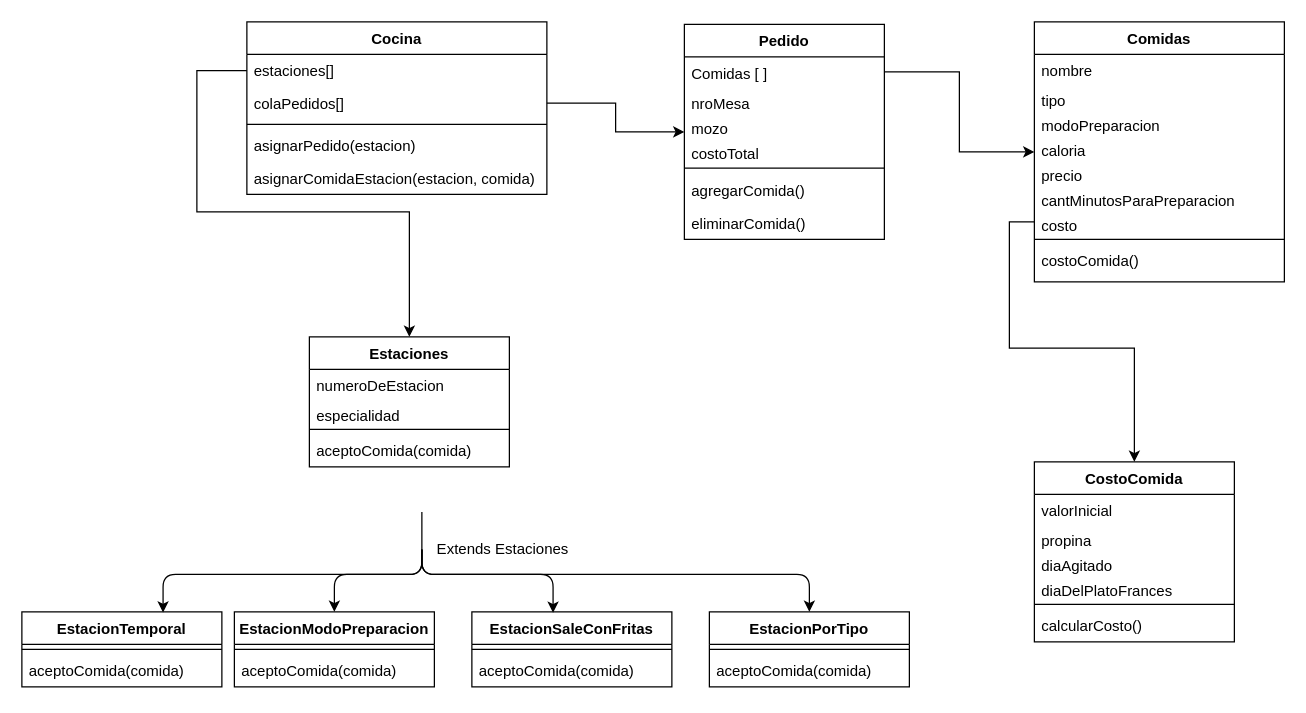
Guidin8/TPEspecialProg2 keeps this draw.io diagram as diagrama Tp Especial.drawio. Above is the earlier version. Source tidied: cells renumbered, new cells numbered last; positions are measured from the earlier drawing's top-left corner, leaving out a move shared by most shapes. Both pictures are drawn from the tidied source at 125%, with x=0, y=0 at pixel (21, 21).
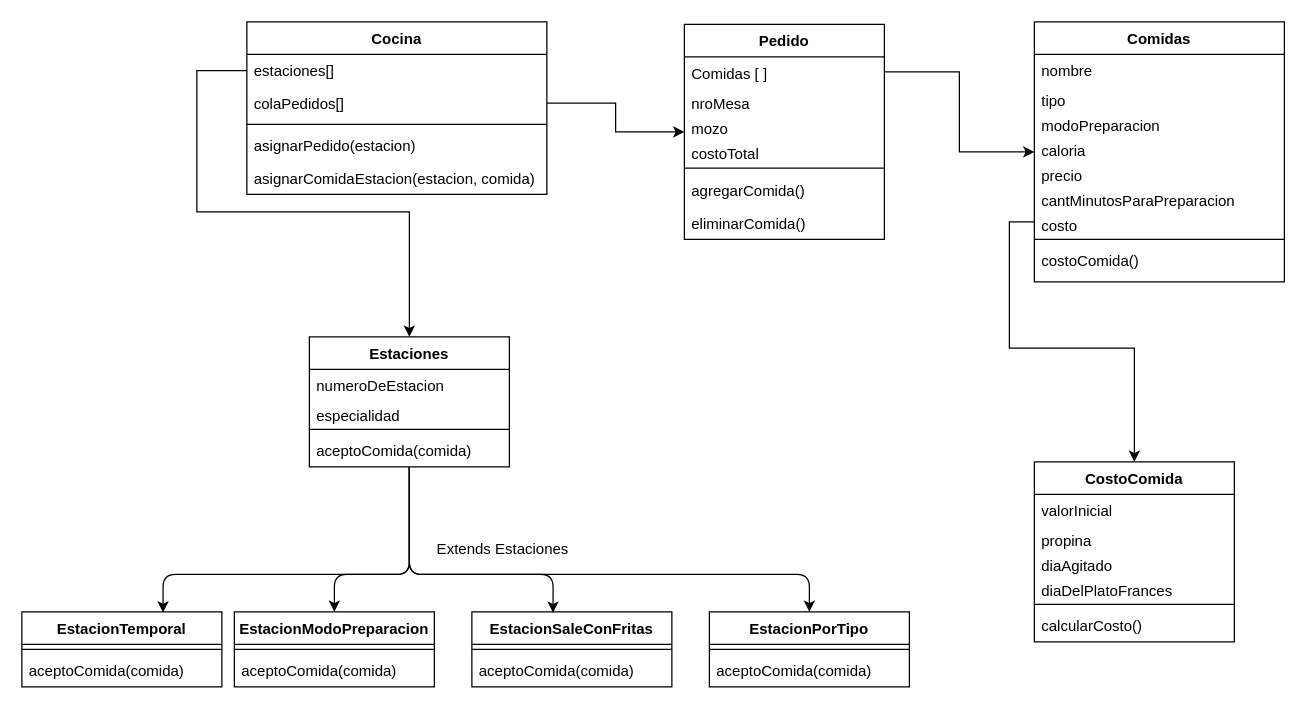
After the change.

The change refers to these unchanged cells:
```xml
<mxCell id="20" value="Estaciones" style="swimlane;fontStyle=1;align=center;verticalAlign=top;horizontal=1;startSize=26;" parent="1" vertex="1">
  <mxGeometry x="230" y="252" width="160" height="104" as="geometry" />
</mxCell>
<mxCell id="24" value="aceptoComida(comida)" style="text;strokeColor=none;fillColor=none;align=left;verticalAlign=top;spacingLeft=4;spacingRight=4;overflow=hidden;points=[[0,0.5],[1,0.5]];portConstraint=eastwest;" parent="20" vertex="1">
  <mxGeometry y="78" width="160" height="26" as="geometry" />
</mxCell>
<mxCell id="25" value="EstacionTemporal" style="swimlane;fontStyle=1;align=center;verticalAlign=top;horizontal=1;startSize=26;" parent="1" vertex="1">
  <mxGeometry y="472" width="160" height="60" as="geometry" />
</mxCell>
<mxCell id="31" value="EstacionSaleConFritas" style="swimlane;fontStyle=1;align=center;verticalAlign=top;horizontal=1;startSize=26;" parent="1" vertex="1">
  <mxGeometry x="360" y="472" width="160" height="60" as="geometry" />
</mxCell>
<mxCell id="34" value="EstacionPorTipo" style="swimlane;fontStyle=1;align=center;verticalAlign=top;horizontal=1;startSize=26;" parent="1" vertex="1">
  <mxGeometry x="550" y="472" width="160" height="60" as="geometry" />
</mxCell>
```

What changed in the source:
```diff
@@
-    <mxCell id="44" style="edgeStyle=elbowEdgeStyle;elbow=vertical;entryX=0.706;entryY=0.009;entryDx=0;entryDy=0;entryPerimeter=0;" parent="1" edge="1" target="25">
+    <mxCell id="44" style="edgeStyle=elbowEdgeStyle;elbow=vertical;entryX=0.706;entryY=0.009;entryDx=0;entryDy=0;entryPerimeter=0;" parent="1" edge="1" source="20" target="25">
       <mxGeometry relative="1" as="geometry">
-        <mxPoint x="320" y="422" as="sourcePoint" />
         <Array as="points">
           <mxPoint x="190" y="442" />
         </Array>
       </mxGeometry>
     </mxCell>
-    <mxCell id="45" style="edgeStyle=elbowEdgeStyle;elbow=vertical;" parent="1" edge="1">
+    <mxCell id="45" style="edgeStyle=elbowEdgeStyle;elbow=vertical;" parent="1" edge="1" source="20">
       <mxGeometry relative="1" as="geometry">
-        <mxPoint x="320" y="422" as="sourcePoint" />
         <mxPoint x="250" y="472" as="targetPoint" />
         <Array as="points">
+          <mxPoint x="310" y="442" />
           <mxPoint x="280" y="442" />
         </Array>
       </mxGeometry>
     </mxCell>
-    <mxCell id="46" style="edgeStyle=elbowEdgeStyle;elbow=vertical;entryX=0.406;entryY=0.012;entryDx=0;entryDy=0;entryPerimeter=0;" parent="1" edge="1" target="31">
+    <mxCell id="46" style="edgeStyle=elbowEdgeStyle;elbow=vertical;entryX=0.406;entryY=0.012;entryDx=0;entryDy=0;entryPerimeter=0;" parent="1" edge="1" source="20" target="31">
       <mxGeometry relative="1" as="geometry">
-        <mxPoint x="320" y="422" as="sourcePoint" />
         <Array as="points">
+          <mxPoint x="310" y="442" />
+          <mxPoint x="360" y="442" />
           <mxPoint x="370" y="442" />
         </Array>
       </mxGeometry>
     </mxCell>
-    <mxCell id="47" style="edgeStyle=elbowEdgeStyle;elbow=vertical;entryX=0.5;entryY=0;entryDx=0;entryDy=0;" parent="1" edge="1" target="34">
+    <mxCell id="47" style="edgeStyle=elbowEdgeStyle;elbow=vertical;entryX=0.5;entryY=0;entryDx=0;entryDy=0;" parent="1" edge="1" source="24" target="34">
       <mxGeometry relative="1" as="geometry">
-        <mxPoint x="320" y="392" as="sourcePoint" />
         <Array as="points">
           <mxPoint x="500" y="442" />
           <mxPoint x="380" y="452" />
           <mxPoint x="480" y="452" />
         </Array>
       </mxGeometry>
     </mxCell>
```
